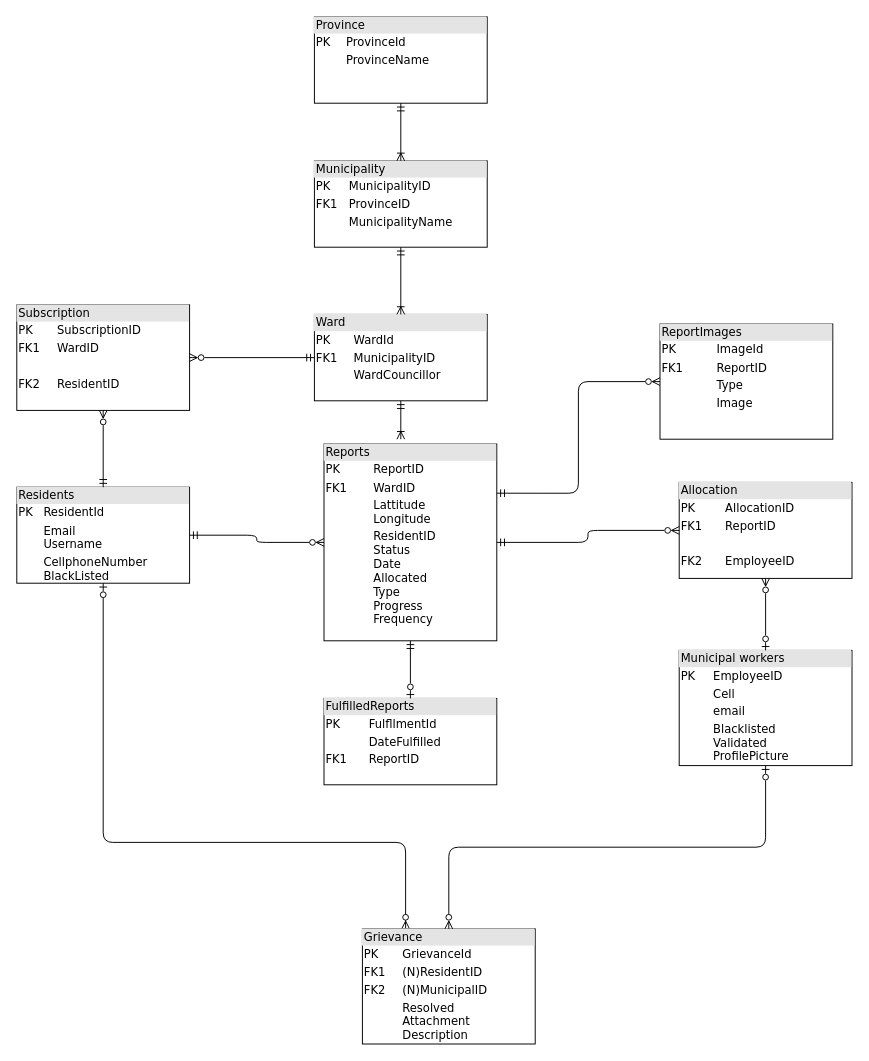
The draw.io diagram DBArchitecture.drawio in YamiMegersa/clone_repo, before the edit. Source tidied: cells renumbered, new cells numbered last; positions are measured from the earlier drawing's top-left corner, leaving out a move shared by most shapes. Both pictures are drawn from the tidied source at 96%, with x=0, y=0 at pixel (16, 16).
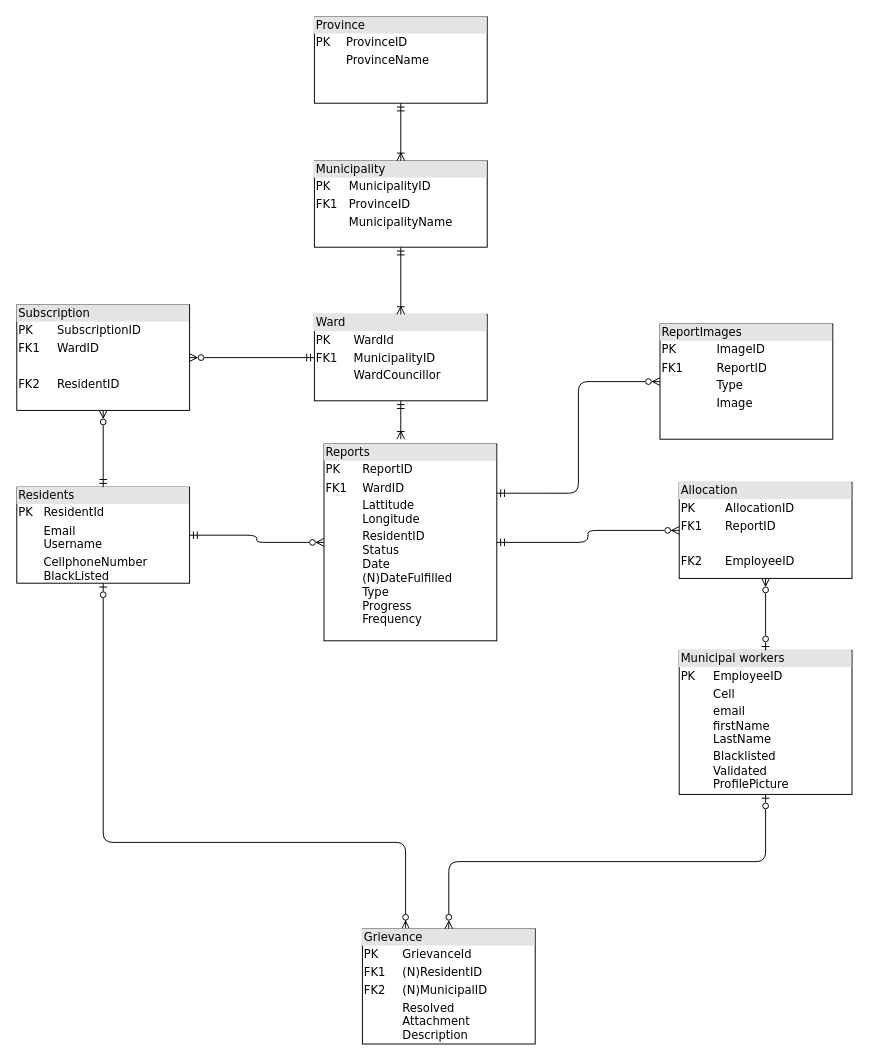
The same diagram, later.

Commit message:
Allocated field removed, name and surname added for employees

What changed in the source:
```diff
@@
-    <mxCell id="2" value="&lt;div style=&quot;box-sizing: border-box; width: 100%; background: rgb(228, 228, 228); padding: 2px;&quot;&gt;Province&lt;/div&gt;&lt;table style=&quot;width:100%;font-size:1em;&quot; cellpadding=&quot;2&quot; cellspacing=&quot;0&quot;&gt;&lt;tbody&gt;&lt;tr&gt;&lt;td&gt;PK&lt;/td&gt;&lt;td&gt;ProvinceId&lt;/td&gt;&lt;/tr&gt;&lt;tr&gt;&lt;td&gt;&lt;br&gt;&lt;/td&gt;&lt;td&gt;ProvinceName&lt;/td&gt;&lt;/tr&gt;&lt;tr&gt;&lt;td&gt;&lt;/td&gt;&lt;td&gt;&lt;br&gt;&lt;/td&gt;&lt;/tr&gt;&lt;/tbody&gt;&lt;/table&gt;" style="verticalAlign=top;align=left;overflow=fill;html=1;rounded=0;shadow=0;comic=0;labelBackgroundColor=none;strokeWidth=1;fontFamily=Verdana;fontSize=12;" parent="1" vertex="1">
+    <mxCell id="2" value="&lt;div style=&quot;box-sizing: border-box; width: 100%; background: rgb(228, 228, 228); padding: 2px;&quot;&gt;Province&lt;/div&gt;&lt;table style=&quot;width:100%;font-size:1em;&quot; cellpadding=&quot;2&quot; cellspacing=&quot;0&quot;&gt;&lt;tbody&gt;&lt;tr&gt;&lt;td&gt;PK&lt;/td&gt;&lt;td&gt;ProvinceID&lt;/td&gt;&lt;/tr&gt;&lt;tr&gt;&lt;td&gt;&lt;br&gt;&lt;/td&gt;&lt;td&gt;ProvinceName&lt;/td&gt;&lt;/tr&gt;&lt;tr&gt;&lt;td&gt;&lt;/td&gt;&lt;td&gt;&lt;br&gt;&lt;/td&gt;&lt;/tr&gt;&lt;/tbody&gt;&lt;/table&gt;" style="verticalAlign=top;align=left;overflow=fill;html=1;rounded=0;shadow=0;comic=0;labelBackgroundColor=none;strokeWidth=1;fontFamily=Verdana;fontSize=12;" parent="1" vertex="1">
       <mxGeometry x="310" width="180" height="90" as="geometry" />
     </mxCell>
-    <mxCell id="3" value="&lt;div style=&quot;box-sizing: border-box; width: 100%; background: rgb(228, 228, 228); padding: 2px;&quot;&gt;Reports&lt;/div&gt;&lt;table style=&quot;width: 100% ; font-size: 1em&quot; cellpadding=&quot;2&quot; cellspacing=&quot;0&quot;&gt;&lt;tbody&gt;&lt;tr&gt;&lt;td&gt;PK&lt;/td&gt;&lt;td&gt;ReportID&lt;/td&gt;&lt;/tr&gt;&lt;tr&gt;&lt;td&gt;FK1&lt;/td&gt;&lt;td&gt;WardID&lt;/td&gt;&lt;/tr&gt;&lt;tr&gt;&lt;td&gt;&lt;/td&gt;&lt;td&gt;Lattitude&lt;br&gt;Longitude&lt;/td&gt;&lt;/tr&gt;&lt;tr&gt;&lt;td&gt;&lt;br&gt;&lt;/td&gt;&lt;td&gt;ResidentID&lt;br&gt;Status&lt;br&gt;Date&lt;br&gt;Allocated&lt;br&gt;Type&lt;br&gt;Progress&lt;br&gt;Frequency&lt;/td&gt;&lt;/tr&gt;&lt;/tbody&gt;&lt;/table&gt;" style="verticalAlign=top;align=left;overflow=fill;html=1;rounded=0;shadow=0;comic=0;labelBackgroundColor=none;strokeWidth=1;fontFamily=Verdana;fontSize=12;" parent="1" vertex="1">
+    <mxCell id="3" value="&lt;div style=&quot;box-sizing: border-box; width: 100%; background: rgb(228, 228, 228); padding: 2px;&quot;&gt;Reports&lt;/div&gt;&lt;table style=&quot;width: 100% ; font-size: 1em&quot; cellpadding=&quot;2&quot; cellspacing=&quot;0&quot;&gt;&lt;tbody&gt;&lt;tr&gt;&lt;td&gt;PK&lt;/td&gt;&lt;td&gt;ReportID&lt;/td&gt;&lt;/tr&gt;&lt;tr&gt;&lt;td&gt;FK1&lt;/td&gt;&lt;td&gt;WardID&lt;/td&gt;&lt;/tr&gt;&lt;tr&gt;&lt;td&gt;&lt;/td&gt;&lt;td&gt;Lattitude&lt;br&gt;Longitude&lt;/td&gt;&lt;/tr&gt;&lt;tr&gt;&lt;td&gt;&lt;br&gt;&lt;/td&gt;&lt;td&gt;ResidentID&lt;br&gt;Status&lt;br&gt;Date&lt;br&gt;(N)DateFulfilled&lt;br&gt;Type&lt;br&gt;Progress&lt;br&gt;Frequency&lt;/td&gt;&lt;/tr&gt;&lt;/tbody&gt;&lt;/table&gt;" style="verticalAlign=top;align=left;overflow=fill;html=1;rounded=0;shadow=0;comic=0;labelBackgroundColor=none;strokeWidth=1;fontFamily=Verdana;fontSize=12;" parent="1" vertex="1">
       <mxGeometry x="320" y="445" width="180" height="205" as="geometry" />
     </mxCell>
@@
-    <mxCell id="7" value="&lt;div style=&quot;box-sizing: border-box; width: 100%; background: rgb(228, 228, 228); padding: 2px;&quot;&gt;Municipal workers&lt;/div&gt;&lt;table style=&quot;width: 100% ; font-size: 1em&quot; cellpadding=&quot;2&quot; cellspacing=&quot;0&quot;&gt;&lt;tbody&gt;&lt;tr&gt;&lt;td&gt;PK&lt;/td&gt;&lt;td&gt;EmployeeID&lt;/td&gt;&lt;/tr&gt;&lt;tr&gt;&lt;td&gt;&lt;br&gt;&lt;/td&gt;&lt;td&gt;Cell&lt;/td&gt;&lt;/tr&gt;&lt;tr&gt;&lt;td&gt;&lt;/td&gt;&lt;td&gt;email&lt;/td&gt;&lt;/tr&gt;&lt;tr&gt;&lt;td&gt;&lt;/td&gt;&lt;td&gt;Blacklisted&lt;br&gt;Validated&lt;br&gt;ProfilePicture&lt;/td&gt;&lt;/tr&gt;&lt;/tbody&gt;&lt;/table&gt;" style="verticalAlign=top;align=left;overflow=fill;html=1;rounded=0;shadow=0;comic=0;labelBackgroundColor=none;strokeWidth=1;fontFamily=Verdana;fontSize=12;" parent="1" vertex="1">
-      <mxGeometry x="690" y="660" width="180" height="120" as="geometry" />
+    <mxCell id="7" value="&lt;div style=&quot;box-sizing: border-box; width: 100%; background: rgb(228, 228, 228); padding: 2px;&quot;&gt;Municipal workers&lt;/div&gt;&lt;table style=&quot;width: 100% ; font-size: 1em&quot; cellpadding=&quot;2&quot; cellspacing=&quot;0&quot;&gt;&lt;tbody&gt;&lt;tr&gt;&lt;td&gt;PK&lt;/td&gt;&lt;td&gt;EmployeeID&lt;/td&gt;&lt;/tr&gt;&lt;tr&gt;&lt;td&gt;&lt;br&gt;&lt;/td&gt;&lt;td&gt;Cell&lt;/td&gt;&lt;/tr&gt;&lt;tr&gt;&lt;td&gt;&lt;/td&gt;&lt;td&gt;email&lt;br&gt;firstName&lt;br&gt;LastName&lt;/td&gt;&lt;/tr&gt;&lt;tr&gt;&lt;td&gt;&lt;/td&gt;&lt;td&gt;Blacklisted&lt;br&gt;Validated&lt;br&gt;ProfilePicture&lt;/td&gt;&lt;/tr&gt;&lt;/tbody&gt;&lt;/table&gt;" style="verticalAlign=top;align=left;overflow=fill;html=1;rounded=0;shadow=0;comic=0;labelBackgroundColor=none;strokeWidth=1;fontFamily=Verdana;fontSize=12;" parent="1" vertex="1">
+      <mxGeometry x="690" y="660" width="180" height="150" as="geometry" />
     </mxCell>
@@
-    <mxCell id="21" value="&lt;div style=&quot;box-sizing: border-box; width: 100%; background: rgb(228, 228, 228); padding: 2px;&quot;&gt;FulfilledReports&lt;/div&gt;&lt;table style=&quot;width: 100% ; font-size: 1em&quot; cellpadding=&quot;2&quot; cellspacing=&quot;0&quot;&gt;&lt;tbody&gt;&lt;tr&gt;&lt;td&gt;PK&lt;/td&gt;&lt;td&gt;FulfllmentId&lt;/td&gt;&lt;/tr&gt;&lt;tr&gt;&lt;td&gt;&lt;br&gt;&lt;/td&gt;&lt;td&gt;DateFulfilled&lt;/td&gt;&lt;/tr&gt;&lt;tr&gt;&lt;td&gt;FK1&lt;/td&gt;&lt;td&gt;ReportID&lt;br&gt;&lt;/td&gt;&lt;/tr&gt;&lt;tr&gt;&lt;td&gt;&lt;/td&gt;&lt;td&gt;&lt;br&gt;&lt;/td&gt;&lt;/tr&gt;&lt;/tbody&gt;&lt;/table&gt;" style="verticalAlign=top;align=left;overflow=fill;html=1;rounded=0;shadow=0;comic=0;labelBackgroundColor=none;strokeWidth=1;fontFamily=Verdana;fontSize=12;" parent="1" vertex="1">
-      <mxGeometry x="320" y="710" width="180" height="90" as="geometry" />
-    </mxCell>
-    <mxCell id="22" style="edgeStyle=orthogonalEdgeStyle;html=1;labelBackgroundColor=none;startArrow=ERmandOne;endArrow=ERzeroToOne;fontFamily=Verdana;fontSize=12;align=left;entryX=0.5;entryY=0;entryDx=0;entryDy=0;exitX=0.5;exitY=1;exitDx=0;exitDy=0;endFill=0;" parent="1" edge="1" source="3" target="21">
-      <mxGeometry relative="1" as="geometry" />
-    </mxCell>
-    <mxCell id="23" value="&lt;div style=&quot;box-sizing: border-box; width: 100%; background: rgb(228, 228, 228); padding: 2px;&quot;&gt;ReportImages&lt;/div&gt;&lt;table style=&quot;width: 100% ; font-size: 1em&quot; cellpadding=&quot;2&quot; cellspacing=&quot;0&quot;&gt;&lt;tbody&gt;&lt;tr&gt;&lt;td&gt;PK&lt;/td&gt;&lt;td&gt;ImageId&lt;/td&gt;&lt;/tr&gt;&lt;tr&gt;&lt;td&gt;FK1&lt;/td&gt;&lt;td&gt;ReportID&lt;/td&gt;&lt;/tr&gt;&lt;tr&gt;&lt;td&gt;&lt;/td&gt;&lt;td&gt;Type&lt;/td&gt;&lt;/tr&gt;&lt;tr&gt;&lt;td&gt;&lt;/td&gt;&lt;td&gt;Image&lt;br&gt;&lt;/td&gt;&lt;/tr&gt;&lt;/tbody&gt;&lt;/table&gt;" style="verticalAlign=top;align=left;overflow=fill;html=1;rounded=0;shadow=0;comic=0;labelBackgroundColor=none;strokeWidth=1;fontFamily=Verdana;fontSize=12;" parent="1" vertex="1">
+    <mxCell id="23" value="&lt;div style=&quot;box-sizing: border-box; width: 100%; background: rgb(228, 228, 228); padding: 2px;&quot;&gt;ReportImages&lt;/div&gt;&lt;table style=&quot;width: 100% ; font-size: 1em&quot; cellpadding=&quot;2&quot; cellspacing=&quot;0&quot;&gt;&lt;tbody&gt;&lt;tr&gt;&lt;td&gt;PK&lt;/td&gt;&lt;td&gt;ImageID&lt;/td&gt;&lt;/tr&gt;&lt;tr&gt;&lt;td&gt;FK1&lt;/td&gt;&lt;td&gt;ReportID&lt;/td&gt;&lt;/tr&gt;&lt;tr&gt;&lt;td&gt;&lt;/td&gt;&lt;td&gt;Type&lt;/td&gt;&lt;/tr&gt;&lt;tr&gt;&lt;td&gt;&lt;/td&gt;&lt;td&gt;Image&lt;br&gt;&lt;/td&gt;&lt;/tr&gt;&lt;/tbody&gt;&lt;/table&gt;" style="verticalAlign=top;align=left;overflow=fill;html=1;rounded=0;shadow=0;comic=0;labelBackgroundColor=none;strokeWidth=1;fontFamily=Verdana;fontSize=12;" parent="1" vertex="1">
       <mxGeometry x="670" y="320" width="180" height="120" as="geometry" />
     </mxCell>
```
